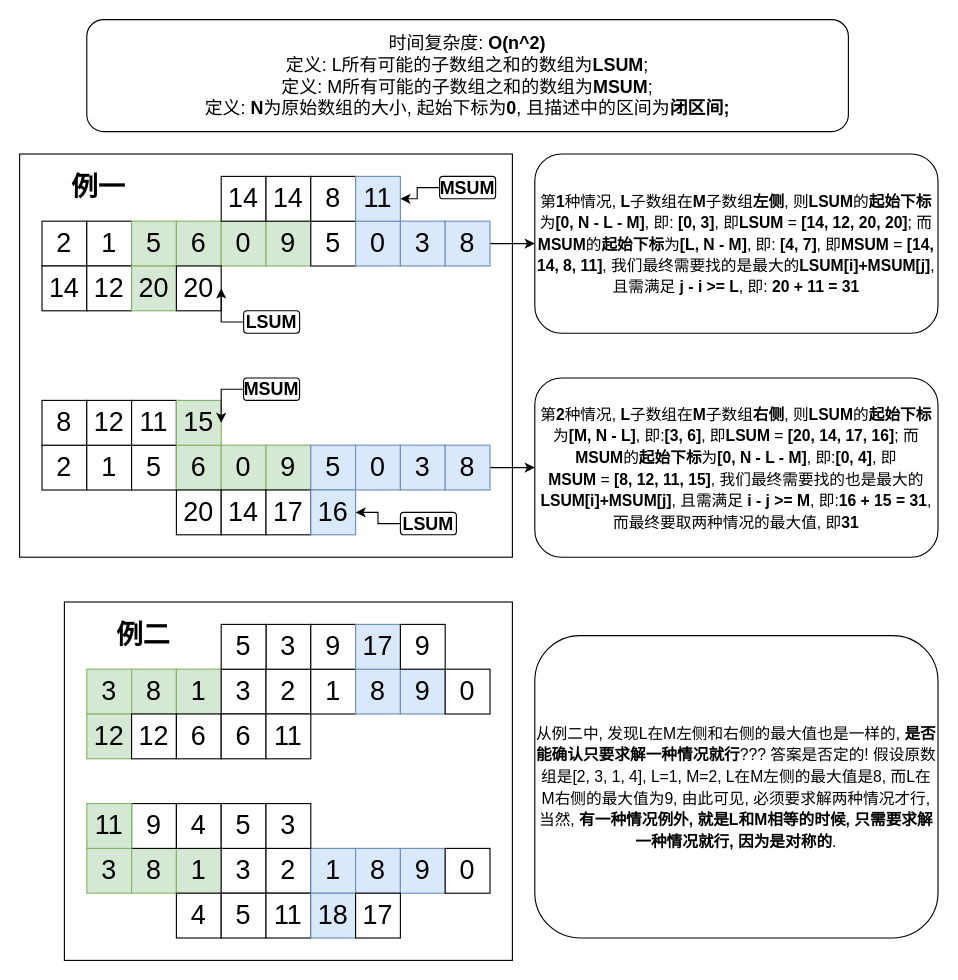
Before: leetcode/001001_001100/001031_maximum_sum_of_two_non_overlapping_subarrays/maximum_sum_of_two_non_overlapping_subarrays.drawio in winnochan/oj, a draw.io diagram. Source tidied: cells renumbered, new cells numbered last; positions are measured from the earlier drawing's top-left corner, leaving out a move shared by most shapes. Both pictures are drawn from the tidied source at 112%, with x=0, y=0 at pixel (19, 19).
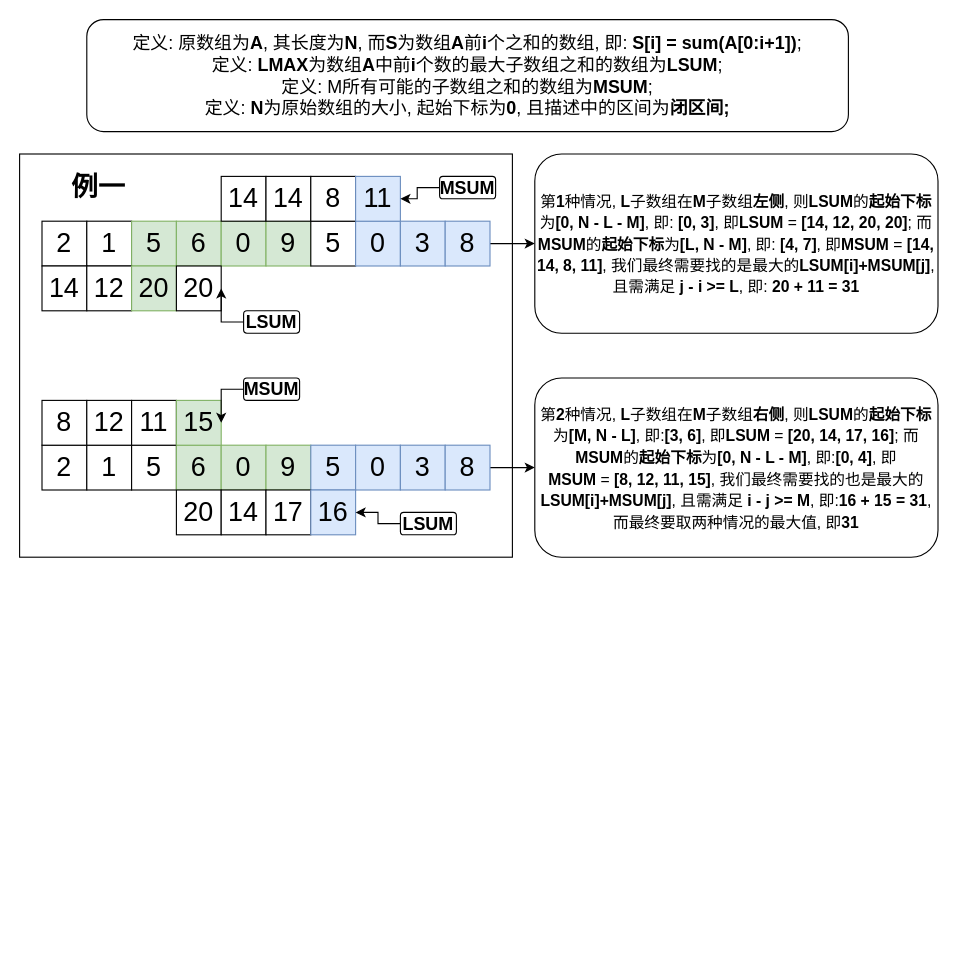
The same page after the edit.

The edit, as a diff of the source:
```diff
@@
-    <mxCell id="2" style="rounded=0;whiteSpace=wrap;html=1;fontSize=24;" parent="1" vertex="1">
-      <mxGeometry x="40" y="520" width="400" height="320" as="geometry" />
-    </mxCell>
@@
-    <mxCell id="42" value="3" style="rounded=0;whiteSpace=wrap;html=1;fontSize=24;fillColor=#d5e8d4;strokeColor=#82b366;" parent="1" vertex="1">
-      <mxGeometry x="60" y="580" width="40" height="40" as="geometry" />
-    </mxCell>
-    <mxCell id="43" value="8" style="rounded=0;whiteSpace=wrap;html=1;fontSize=24;fillColor=#d5e8d4;strokeColor=#82b366;" parent="1" vertex="1">
-      <mxGeometry x="100" y="580" width="40" height="40" as="geometry" />
-    </mxCell>
-    <mxCell id="44" value="1" style="rounded=0;whiteSpace=wrap;html=1;fontSize=24;fillColor=#d5e8d4;strokeColor=#82b366;" parent="1" vertex="1">
-      <mxGeometry x="140" y="580" width="40" height="40" as="geometry" />
-    </mxCell>
-    <mxCell id="45" value="3" style="rounded=0;whiteSpace=wrap;html=1;fontSize=24;" parent="1" vertex="1">
-      <mxGeometry x="180" y="580" width="40" height="40" as="geometry" />
-    </mxCell>
-    <mxCell id="46" value="2" style="rounded=0;whiteSpace=wrap;html=1;fontSize=24;" parent="1" vertex="1">
-      <mxGeometry x="220" y="580" width="40" height="40" as="geometry" />
-    </mxCell>
-    <mxCell id="47" value="1" style="rounded=0;whiteSpace=wrap;html=1;fontSize=24;" parent="1" vertex="1">
-      <mxGeometry x="260" y="580" width="40" height="40" as="geometry" />
-    </mxCell>
-    <mxCell id="48" value="8" style="rounded=0;whiteSpace=wrap;html=1;fontSize=24;fillColor=#dae8fc;strokeColor=#6c8ebf;" parent="1" vertex="1">
-      <mxGeometry x="300" y="580" width="40" height="40" as="geometry" />
-    </mxCell>
-    <mxCell id="49" value="9" style="rounded=0;whiteSpace=wrap;html=1;fontSize=24;fillColor=#dae8fc;strokeColor=#6c8ebf;" parent="1" vertex="1">
-      <mxGeometry x="340" y="580" width="40" height="40" as="geometry" />
-    </mxCell>
-    <mxCell id="50" value="0" style="rounded=0;whiteSpace=wrap;html=1;fontSize=24;" parent="1" vertex="1">
-      <mxGeometry x="380" y="580" width="40" height="40" as="geometry" />
-    </mxCell>
-    <mxCell id="51" value="3" style="rounded=0;whiteSpace=wrap;html=1;fontSize=24;" parent="1" vertex="1">
-      <mxGeometry x="220" y="540" width="40" height="40" as="geometry" />
-    </mxCell>
-    <mxCell id="52" value="9" style="rounded=0;whiteSpace=wrap;html=1;fontSize=24;" parent="1" vertex="1">
-      <mxGeometry x="260" y="540" width="40" height="40" as="geometry" />
-    </mxCell>
-    <mxCell id="53" value="17" style="rounded=0;whiteSpace=wrap;html=1;fontSize=24;fillColor=#dae8fc;strokeColor=#6c8ebf;" parent="1" vertex="1">
-      <mxGeometry x="300" y="540" width="40" height="40" as="geometry" />
-    </mxCell>
-    <mxCell id="54" value="9" style="rounded=0;whiteSpace=wrap;html=1;fontSize=24;" parent="1" vertex="1">
-      <mxGeometry x="340" y="540" width="40" height="40" as="geometry" />
-    </mxCell>
-    <mxCell id="55" value="12" style="rounded=0;whiteSpace=wrap;html=1;fontSize=24;fillColor=#d5e8d4;strokeColor=#82b366;" parent="1" vertex="1">
-      <mxGeometry x="60" y="620" width="40" height="40" as="geometry" />
-    </mxCell>
-    <mxCell id="56" value="12" style="rounded=0;whiteSpace=wrap;html=1;fontSize=24;" parent="1" vertex="1">
-      <mxGeometry x="100" y="620" width="40" height="40" as="geometry" />
-    </mxCell>
-    <mxCell id="57" value="6" style="rounded=0;whiteSpace=wrap;html=1;fontSize=24;" parent="1" vertex="1">
-      <mxGeometry x="140" y="620" width="40" height="40" as="geometry" />
-    </mxCell>
-    <mxCell id="58" value="6" style="rounded=0;whiteSpace=wrap;html=1;fontSize=24;" parent="1" vertex="1">
-      <mxGeometry x="180" y="620" width="40" height="40" as="geometry" />
-    </mxCell>
-    <mxCell id="59" value="11" style="rounded=0;whiteSpace=wrap;html=1;fontSize=24;" parent="1" vertex="1">
-      <mxGeometry x="220" y="620" width="40" height="40" as="geometry" />
-    </mxCell>
-    <mxCell id="60" value="5" style="rounded=0;whiteSpace=wrap;html=1;fontSize=24;" parent="1" vertex="1">
-      <mxGeometry x="180" y="540" width="40" height="40" as="geometry" />
-    </mxCell>
-    <mxCell id="61" value="3" style="rounded=0;whiteSpace=wrap;html=1;fontSize=24;fillColor=#d5e8d4;strokeColor=#82b366;" parent="1" vertex="1">
-      <mxGeometry x="60" y="740" width="40" height="40" as="geometry" />
-    </mxCell>
-    <mxCell id="62" value="8" style="rounded=0;whiteSpace=wrap;html=1;fontSize=24;fillColor=#d5e8d4;strokeColor=#82b366;" parent="1" vertex="1">
-      <mxGeometry x="100" y="740" width="40" height="40" as="geometry" />
-    </mxCell>
-    <mxCell id="63" value="1" style="rounded=0;whiteSpace=wrap;html=1;fontSize=24;fillColor=#d5e8d4;strokeColor=#82b366;" parent="1" vertex="1">
-      <mxGeometry x="140" y="740" width="40" height="40" as="geometry" />
-    </mxCell>
-    <mxCell id="64" value="3" style="rounded=0;whiteSpace=wrap;html=1;fontSize=24;" parent="1" vertex="1">
-      <mxGeometry x="180" y="740" width="40" height="40" as="geometry" />
-    </mxCell>
-    <mxCell id="65" value="2" style="rounded=0;whiteSpace=wrap;html=1;fontSize=24;" parent="1" vertex="1">
-      <mxGeometry x="220" y="740" width="40" height="40" as="geometry" />
-    </mxCell>
-    <mxCell id="66" value="1" style="rounded=0;whiteSpace=wrap;html=1;fontSize=24;fillColor=#dae8fc;strokeColor=#6c8ebf;" parent="1" vertex="1">
-      <mxGeometry x="260" y="740" width="40" height="40" as="geometry" />
-    </mxCell>
-    <mxCell id="67" value="8" style="rounded=0;whiteSpace=wrap;html=1;fontSize=24;fillColor=#dae8fc;strokeColor=#6c8ebf;" parent="1" vertex="1">
-      <mxGeometry x="300" y="740" width="40" height="40" as="geometry" />
-    </mxCell>
-    <mxCell id="68" value="9" style="rounded=0;whiteSpace=wrap;html=1;fontSize=24;fillColor=#dae8fc;strokeColor=#6c8ebf;" parent="1" vertex="1">
-      <mxGeometry x="340" y="740" width="40" height="40" as="geometry" />
-    </mxCell>
-    <mxCell id="69" value="0" style="rounded=0;whiteSpace=wrap;html=1;fontSize=24;" parent="1" vertex="1">
-      <mxGeometry x="380" y="740" width="40" height="40" as="geometry" />
-    </mxCell>
-    <mxCell id="70" value="4" style="rounded=0;whiteSpace=wrap;html=1;fontSize=24;" parent="1" vertex="1">
-      <mxGeometry x="140" y="780" width="40" height="40" as="geometry" />
-    </mxCell>
-    <mxCell id="71" value="5" style="rounded=0;whiteSpace=wrap;html=1;fontSize=24;" parent="1" vertex="1">
-      <mxGeometry x="180" y="780" width="40" height="40" as="geometry" />
-    </mxCell>
-    <mxCell id="72" value="11" style="rounded=0;whiteSpace=wrap;html=1;fontSize=24;" parent="1" vertex="1">
-      <mxGeometry x="220" y="780" width="40" height="40" as="geometry" />
-    </mxCell>
-    <mxCell id="73" value="18" style="rounded=0;whiteSpace=wrap;html=1;fontSize=24;fillColor=#dae8fc;strokeColor=#6c8ebf;" parent="1" vertex="1">
-      <mxGeometry x="260" y="780" width="40" height="40" as="geometry" />
-    </mxCell>
-    <mxCell id="74" value="17" style="rounded=0;whiteSpace=wrap;html=1;fontSize=24;" parent="1" vertex="1">
-      <mxGeometry x="300" y="780" width="40" height="40" as="geometry" />
-    </mxCell>
-    <mxCell id="75" value="9" style="rounded=0;whiteSpace=wrap;html=1;fontSize=24;" parent="1" vertex="1">
-      <mxGeometry x="100" y="700" width="40" height="40" as="geometry" />
-    </mxCell>
-    <mxCell id="76" value="4" style="rounded=0;whiteSpace=wrap;html=1;fontSize=24;" parent="1" vertex="1">
-      <mxGeometry x="140" y="700" width="40" height="40" as="geometry" />
-    </mxCell>
-    <mxCell id="77" value="5" style="rounded=0;whiteSpace=wrap;html=1;fontSize=24;" parent="1" vertex="1">
-      <mxGeometry x="180" y="700" width="40" height="40" as="geometry" />
-    </mxCell>
-    <mxCell id="78" value="3" style="rounded=0;whiteSpace=wrap;html=1;fontSize=24;" parent="1" vertex="1">
-      <mxGeometry x="220" y="700" width="40" height="40" as="geometry" />
-    </mxCell>
-    <mxCell id="79" value="11" style="rounded=0;whiteSpace=wrap;html=1;fontSize=24;fillColor=#d5e8d4;strokeColor=#82b366;" parent="1" vertex="1">
-      <mxGeometry x="60" y="700" width="40" height="40" as="geometry" />
-    </mxCell>
@@
-    <mxCell id="81" value="例二" style="text;strokeColor=none;fillColor=none;html=1;fontSize=24;fontStyle=1;verticalAlign=middle;align=center;" parent="1" vertex="1">
-      <mxGeometry x="60" y="530" width="100" height="40" as="geometry" />
-    </mxCell>
@@
-    <mxCell id="84" value="时间复杂度: &lt;b&gt;O(n^2)&lt;/b&gt;&lt;br&gt;定义: L所有可能的子数组之和的数组为&lt;b&gt;LSUM&lt;/b&gt;;&lt;br&gt;定义: M所有可能的子数组之和的数组为&lt;b&gt;M&lt;/b&gt;&lt;b&gt;SUM&lt;/b&gt;;&lt;br&gt;定义:&amp;nbsp;&lt;b&gt;N&lt;/b&gt;为原始数组的大小, 起始下标为&lt;b&gt;0&lt;/b&gt;, 且描述中的区间为&lt;b&gt;闭区间;&lt;/b&gt;" style="rounded=1;whiteSpace=wrap;html=1;fontSize=16;" parent="1" vertex="1">
+    <mxCell id="84" value="定义: 原数组为&lt;b&gt;A&lt;/b&gt;, 其长度为&lt;b&gt;N&lt;/b&gt;, 而&lt;b&gt;S&lt;/b&gt;为数组&lt;b&gt;A&lt;/b&gt;前&lt;b&gt;i&lt;/b&gt;个之和的数组, 即: &lt;b&gt;S[i] = sum(A[0:i+1])&lt;/b&gt;;&lt;br&gt;定义: &lt;b&gt;LMAX&lt;/b&gt;为数组&lt;b&gt;A&lt;/b&gt;中前&lt;b&gt;i&lt;/b&gt;个数的最大子数组之和的数组为&lt;b&gt;LSUM&lt;/b&gt;;&lt;br&gt;定义: M所有可能的子数组之和的数组为&lt;b&gt;M&lt;/b&gt;&lt;b&gt;SUM&lt;/b&gt;;&lt;br&gt;定义:&amp;nbsp;&lt;b&gt;N&lt;/b&gt;为原始数组的大小, 起始下标为&lt;b&gt;0&lt;/b&gt;, 且描述中的区间为&lt;b&gt;闭区间;&lt;/b&gt;" style="rounded=1;whiteSpace=wrap;html=1;fontSize=16;" parent="1" vertex="1">
       <mxGeometry x="60" width="680" height="100" as="geometry" />
     </mxCell>
@@
-    <mxCell id="93" value="&lt;font style=&quot;font-size: 14px&quot;&gt;从例二中, 发现L在M左侧和右侧的最大值也是一样的, &lt;b&gt;是否能确认只要求解一种情况就行&lt;/b&gt;??? 答案是否定的! 假设原数组是[2, 3, 1, 4], L=1, M=2, L在M左侧的最大值是8, 而L在M右侧的最大值为9, 由此可见, 必须要求解两种情况才行, 当然, &lt;b&gt;有一种情况例外, 就是L和M相等的时候, 只需要求解一种情况就行, 因为是对称的&lt;/b&gt;.&lt;br&gt;&lt;/font&gt;" style="rounded=1;whiteSpace=wrap;html=1;fontSize=16;" parent="1" vertex="1">
-      <mxGeometry x="460" y="550" width="360" height="270" as="geometry" />
-    </mxCell>
```
